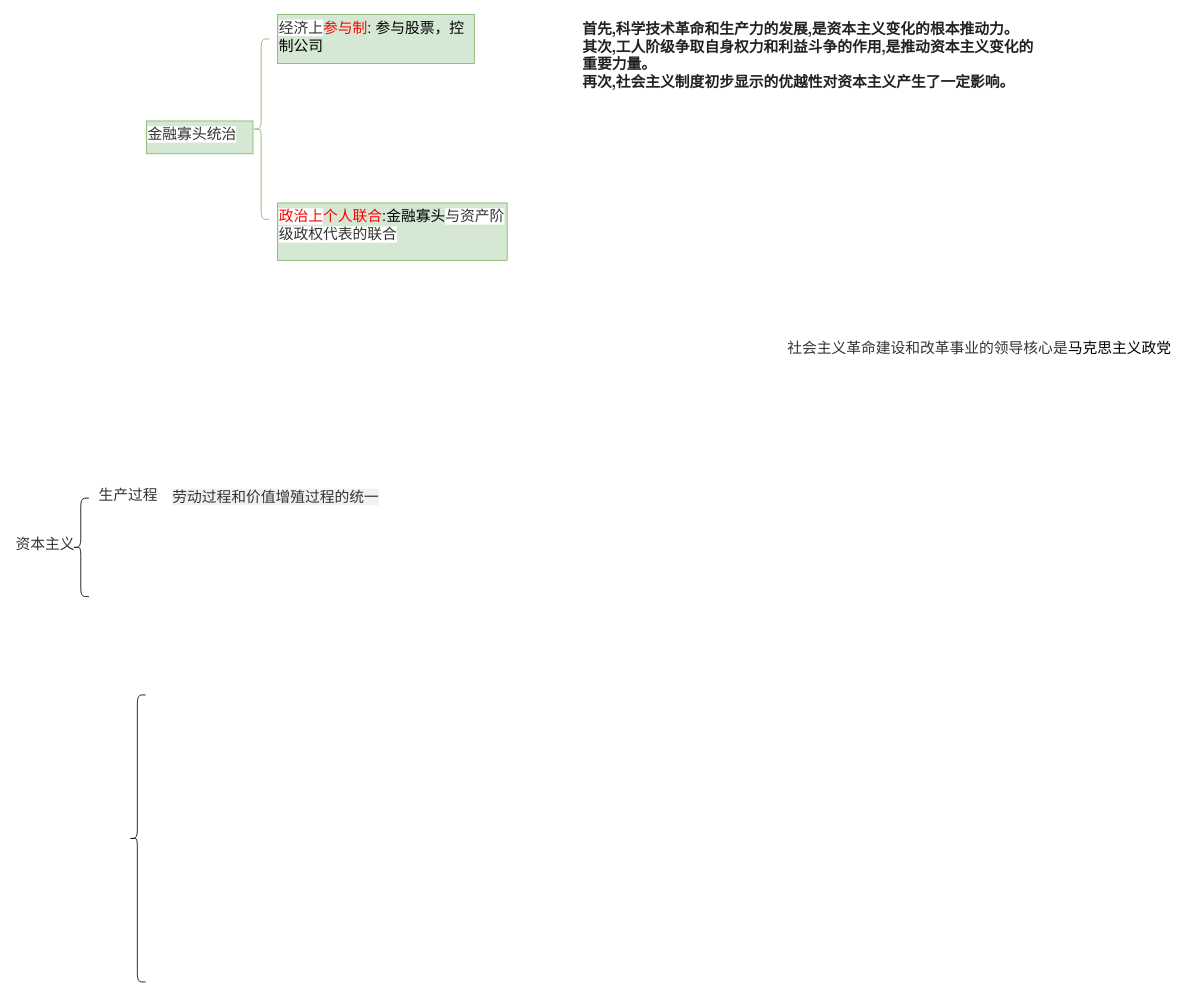
Xiaojiu666/ZSB keeps this draw.io diagram as 未命名绘图.drawio. Above is the earlier version. Source tidied: cells renumbered, new cells numbered last; positions are measured from the earlier drawing's top-left corner, leaving out a move shared by most shapes. Both pictures are drawn from the tidied source at 82%, with x=0, y=0 at pixel (14, 14).
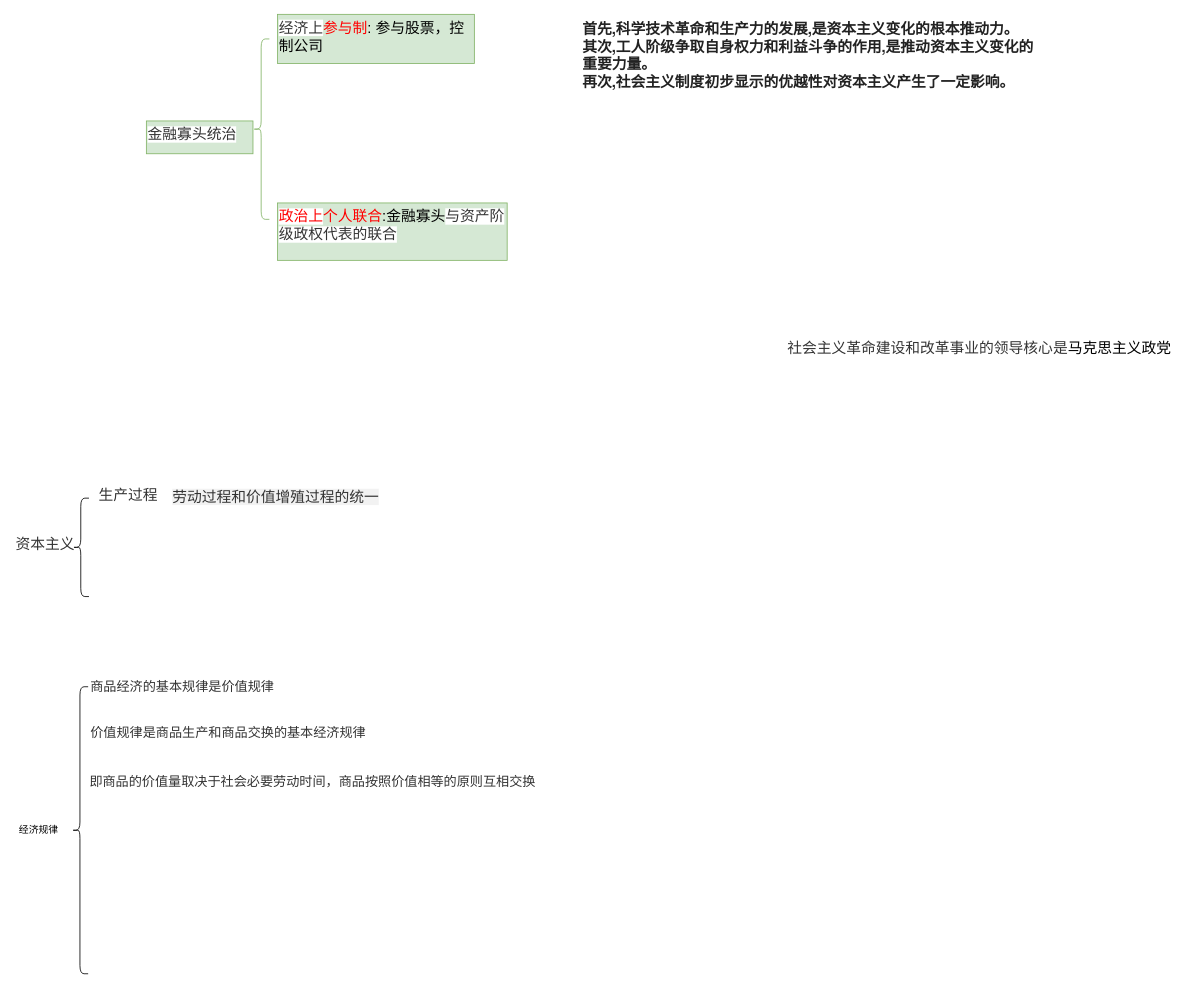
After the change.

Commit message:
马克思主义哲学.drawio

The edit, as a diff of the source:
```diff
@@
 <mxGraphModel>
   <root>
     <mxCell id="0" />
     <mxCell id="1" parent="0" />
     <mxCell id="2" style="shape=curlyBracket;whiteSpace=wrap;html=1;rounded=1;labelPosition=left;verticalLabelPosition=middle;align=right;verticalAlign=middle;fontSize=18;fillColor=#d5e8d4;strokeColor=#82b366;" parent="1" vertex="1">
       <mxGeometry x="291" y="30" width="20" height="220" as="geometry" />
     </mxCell>
     <mxCell id="3" value="&lt;span style=&quot;color: rgb(51, 51, 51); font-family: &amp;quot;Noto Sans SC&amp;quot;; font-size: 18px; font-style: normal; font-variant-ligatures: normal; font-variant-caps: normal; font-weight: 400; letter-spacing: normal; orphans: 2; text-align: left; text-indent: 0px; text-transform: none; widows: 2; word-spacing: 0px; -webkit-text-stroke-width: 0px; background-color: rgb(255, 255, 255); text-decoration-thickness: initial; text-decoration-style: initial; text-decoration-color: initial; float: none; display: inline !important;&quot;&gt;金融寡头统治&lt;/span&gt;" style="text;whiteSpace=wrap;html=1;fontSize=18;fillColor=#d5e8d4;strokeColor=#82b366;" parent="1" vertex="1">
       <mxGeometry x="161" y="130" width="130" height="40" as="geometry" />
     </mxCell>
     <mxCell id="4" value="&lt;font style=&quot;font-size: 18px;&quot;&gt;&lt;span style=&quot;color: rgb(51, 51, 51); font-family: &amp;quot;Noto Sans SC&amp;quot;; font-style: normal; font-variant-ligatures: normal; font-variant-caps: normal; font-weight: 400; letter-spacing: normal; orphans: 2; text-align: left; text-indent: 0px; text-transform: none; widows: 2; word-spacing: 0px; -webkit-text-stroke-width: 0px; background-color: rgb(255, 255, 255); text-decoration-thickness: initial; text-decoration-style: initial; text-decoration-color: initial; float: none; display: inline !important; font-size: 18px;&quot;&gt;经济上&lt;/span&gt;&lt;font color=&quot;#ff0000&quot; style=&quot;font-size: 18px;&quot;&gt;参与制&lt;/font&gt;: 参与股票，控制公司&lt;/font&gt;" style="text;whiteSpace=wrap;html=1;fontSize=18;fillColor=#d5e8d4;strokeColor=#82b366;" parent="1" vertex="1">
       <mxGeometry x="321" width="240" height="60" as="geometry" />
     </mxCell>
     <mxCell id="5" value="&lt;font style=&quot;font-size: 18px;&quot;&gt;&lt;font color=&quot;#ff0000&quot; style=&quot;font-size: 18px;&quot;&gt;&lt;font face=&quot;Noto Sans SC&quot; style=&quot;font-size: 18px;&quot;&gt;&lt;span style=&quot;background-color: rgb(255, 255, 255); font-size: 18px;&quot;&gt;政治上&lt;/span&gt;&lt;/font&gt;个人联合&lt;/font&gt;:&lt;/font&gt;金融寡头&lt;span style=&quot;color: rgb(51, 51, 51); font-family: Arial, sans-serif; font-size: 18px; background-color: rgb(255, 255, 255);&quot;&gt;与资产阶级政权代表的联合&lt;/span&gt;" style="text;whiteSpace=wrap;html=1;fontSize=18;fillColor=#d5e8d4;strokeColor=#82b366;" parent="1" vertex="1">
       <mxGeometry x="321" y="230" width="280" height="70" as="geometry" />
     </mxCell>
     <mxCell id="6" value="&lt;p style=&quot;margin: 0px; padding: 0px; overflow-wrap: break-word; color: rgb(34, 34, 34); font-family: &amp;quot;Helvetica Neue&amp;quot;, Helvetica, Arial, &amp;quot;PingFang SC&amp;quot;, &amp;quot;Hiragino Sans GB&amp;quot;, &amp;quot;Microsoft YaHei&amp;quot;, &amp;quot;WenQuanYi Micro Hei&amp;quot;, sans-serif; font-size: 18px; font-style: normal; font-variant-ligatures: normal; font-variant-caps: normal; font-weight: 700; letter-spacing: normal; orphans: 2; text-align: start; text-indent: 0px; text-transform: none; widows: 2; word-spacing: 0px; -webkit-text-stroke-width: 0px; background-color: rgb(255, 255, 255); text-decoration-thickness: initial; text-decoration-style: initial; text-decoration-color: initial;&quot;&gt;&lt;span style=&quot;margin: 0px; padding: 0px; overflow-wrap: break-word; font-size: 18px;&quot;&gt;首先,科学技术革命和生产力的发展,是资本主义变化的根本推动力。&lt;/span&gt;&lt;/p&gt;&lt;p style=&quot;margin: 0px; padding: 0px; overflow-wrap: break-word; color: rgb(34, 34, 34); font-family: &amp;quot;Helvetica Neue&amp;quot;, Helvetica, Arial, &amp;quot;PingFang SC&amp;quot;, &amp;quot;Hiragino Sans GB&amp;quot;, &amp;quot;Microsoft YaHei&amp;quot;, &amp;quot;WenQuanYi Micro Hei&amp;quot;, sans-serif; font-size: 18px; font-style: normal; font-variant-ligatures: normal; font-variant-caps: normal; font-weight: 700; letter-spacing: normal; orphans: 2; text-align: start; text-indent: 0px; text-transform: none; widows: 2; word-spacing: 0px; -webkit-text-stroke-width: 0px; background-color: rgb(255, 255, 255); text-decoration-thickness: initial; text-decoration-style: initial; text-decoration-color: initial;&quot;&gt;&lt;span style=&quot;margin: 0px; padding: 0px; overflow-wrap: break-word; font-size: 18px;&quot;&gt;其次,工人阶级争取自身权力和利益斗争的作用,是推动资本主义变化的重要力量。&lt;/span&gt;&lt;/p&gt;&lt;p style=&quot;margin: 0px; padding: 0px; overflow-wrap: break-word; color: rgb(34, 34, 34); font-family: &amp;quot;Helvetica Neue&amp;quot;, Helvetica, Arial, &amp;quot;PingFang SC&amp;quot;, &amp;quot;Hiragino Sans GB&amp;quot;, &amp;quot;Microsoft YaHei&amp;quot;, &amp;quot;WenQuanYi Micro Hei&amp;quot;, sans-serif; font-size: 18px; font-style: normal; font-variant-ligatures: normal; font-variant-caps: normal; font-weight: 700; letter-spacing: normal; orphans: 2; text-align: start; text-indent: 0px; text-transform: none; widows: 2; word-spacing: 0px; -webkit-text-stroke-width: 0px; background-color: rgb(255, 255, 255); text-decoration-thickness: initial; text-decoration-style: initial; text-decoration-color: initial;&quot;&gt;&lt;span style=&quot;margin: 0px; padding: 0px; overflow-wrap: break-word; font-size: 18px;&quot;&gt;再次,社会主义制度初步显示的优越性对资本主义产生了一定影响。&lt;/span&gt;&lt;/p&gt;" style="text;whiteSpace=wrap;html=1;fontSize=18;" parent="1" vertex="1">
       <mxGeometry x="691" width="560" height="150" as="geometry" />
     </mxCell>
     <mxCell id="7" value="&lt;span style=&quot;color: rgb(51, 51, 51); font-family: &amp;quot;Noto Sans SC&amp;quot;; font-size: 18px; font-style: normal; font-variant-ligatures: normal; font-variant-caps: normal; font-weight: 400; letter-spacing: normal; orphans: 2; text-align: left; text-indent: 0px; text-transform: none; widows: 2; word-spacing: 0px; -webkit-text-stroke-width: 0px; background-color: rgb(255, 255, 255); text-decoration-thickness: initial; text-decoration-style: initial; text-decoration-color: initial; float: none; display: inline !important;&quot;&gt;社会主义革命建设和改革事业的领导核心是&lt;/span&gt;马克思主义政党" style="text;whiteSpace=wrap;html=1;fontSize=18;" parent="1" vertex="1">
       <mxGeometry x="941" y="390" width="470" height="40" as="geometry" />
     </mxCell>
     <mxCell id="8" value="&lt;span style=&quot;color: rgb(51, 51, 51); font-family: &amp;quot;Noto Sans SC&amp;quot;; font-size: 18px; font-style: normal; font-variant-ligatures: normal; font-variant-caps: normal; font-weight: 400; letter-spacing: normal; orphans: 2; text-align: left; text-indent: 0px; text-transform: none; widows: 2; word-spacing: 0px; -webkit-text-stroke-width: 0px; background-color: rgb(255, 255, 255); text-decoration-thickness: initial; text-decoration-style: initial; text-decoration-color: initial; float: none; display: inline !important;&quot;&gt;资本主义&lt;/span&gt;" style="text;whiteSpace=wrap;html=1;fontSize=18;" parent="1" vertex="1">
       <mxGeometry y="630" width="160" height="40" as="geometry" />
     </mxCell>
     <mxCell id="9" style="shape=curlyBracket;whiteSpace=wrap;html=1;rounded=1;labelPosition=left;verticalLabelPosition=middle;align=right;verticalAlign=middle;fontSize=18;" parent="1" vertex="1">
       <mxGeometry x="71" y="590" width="20" height="120" as="geometry" />
     </mxCell>
     <mxCell id="10" value="&lt;span style=&quot;color: rgb(51, 51, 51); font-family: &amp;quot;Noto Sans SC&amp;quot;; font-size: 18px; font-style: normal; font-variant-ligatures: normal; font-variant-caps: normal; font-weight: 400; letter-spacing: normal; orphans: 2; text-align: left; text-indent: 0px; text-transform: none; widows: 2; word-spacing: 0px; -webkit-text-stroke-width: 0px; background-color: rgb(255, 255, 255); text-decoration-thickness: initial; text-decoration-style: initial; text-decoration-color: initial; float: none; display: inline !important;&quot;&gt;生产过程&lt;/span&gt;" style="text;whiteSpace=wrap;html=1;fontSize=18;" parent="1" vertex="1">
       <mxGeometry x="101" y="570" width="100" height="40" as="geometry" />
     </mxCell>
     <mxCell id="11" value="&lt;br class=&quot;Apple-interchange-newline&quot; style=&quot;font-size: 18px;&quot;&gt;&lt;span style=&quot;color: rgb(51, 51, 51); font-family: &amp;quot;Noto Sans SC&amp;quot;; font-size: 18px; font-style: normal; font-variant-ligatures: normal; font-variant-caps: normal; font-weight: 400; letter-spacing: normal; orphans: 2; text-align: left; text-indent: 0px; text-transform: none; widows: 2; word-spacing: 0px; -webkit-text-stroke-width: 0px; background-color: rgba(0, 0, 0, 0.05); text-decoration-thickness: initial; text-decoration-style: initial; text-decoration-color: initial; float: none; display: inline !important;&quot;&gt;劳动过程和价值增殖过程的统一&lt;/span&gt;" style="text;whiteSpace=wrap;html=1;fontSize=18;" parent="1" vertex="1">
       <mxGeometry x="191" y="550" width="260" height="60" as="geometry" />
     </mxCell>
     <mxCell id="12" style="shape=curlyBracket;whiteSpace=wrap;html=1;rounded=1;labelPosition=left;verticalLabelPosition=middle;align=right;verticalAlign=middle;fontSize=18;" parent="1" vertex="1">
-      <mxGeometry x="140" y="830" width="20" height="350" as="geometry" />
+      <mxGeometry x="70" y="820" width="20" height="350" as="geometry" />
     </mxCell>
+    <mxCell id="13" value="经济规律" style="text;html=1;strokeColor=none;fillColor=none;align=center;verticalAlign=middle;whiteSpace=wrap;rounded=0;" parent="1" vertex="1">
+      <mxGeometry y="980" width="60" height="30" as="geometry" />
+    </mxCell>
+    <mxCell id="14" value="&#10;&lt;span style=&quot;color: rgb(51, 51, 51); font-family: &amp;quot;Noto Sans SC&amp;quot;; font-size: 16px; font-style: normal; font-variant-ligatures: normal; font-variant-caps: normal; font-weight: 400; letter-spacing: normal; orphans: 2; text-align: left; text-indent: 0px; text-transform: none; widows: 2; word-spacing: 0px; -webkit-text-stroke-width: 0px; background-color: rgb(255, 255, 255); text-decoration-thickness: initial; text-decoration-style: initial; text-decoration-color: initial; float: none; display: inline !important;&quot;&gt;商品经济的基本规律是价值规律&lt;/span&gt;&#10;&#10;" style="text;whiteSpace=wrap;html=1;" parent="1" vertex="1">
+      <mxGeometry x="91" y="790" width="240" height="60" as="geometry" />
+    </mxCell>
+    <mxCell id="15" value="&lt;span style=&quot;color: rgb(51, 51, 51); font-family: &amp;quot;Noto Sans SC&amp;quot;; font-size: 16px; font-style: normal; font-variant-ligatures: normal; font-variant-caps: normal; font-weight: 400; letter-spacing: normal; orphans: 2; text-align: left; text-indent: 0px; text-transform: none; widows: 2; word-spacing: 0px; -webkit-text-stroke-width: 0px; background-color: rgb(255, 255, 255); text-decoration-thickness: initial; text-decoration-style: initial; text-decoration-color: initial; float: none; display: inline !important;&quot;&gt;价值规律是商品生产和商品交换的基本经济规律&lt;/span&gt;" style="text;whiteSpace=wrap;html=1;" parent="1" vertex="1">
+      <mxGeometry x="91" y="860" width="370" height="40" as="geometry" />
+    </mxCell>
+    <mxCell id="16" value="&lt;span style=&quot;color: rgb(51, 51, 51); font-family: &amp;quot;Noto Sans SC&amp;quot;; font-size: 16px; font-style: normal; font-variant-ligatures: normal; font-variant-caps: normal; font-weight: 400; letter-spacing: normal; orphans: 2; text-align: left; text-indent: 0px; text-transform: none; widows: 2; word-spacing: 0px; -webkit-text-stroke-width: 0px; background-color: rgb(255, 255, 255); text-decoration-thickness: initial; text-decoration-style: initial; text-decoration-color: initial; float: none; display: inline !important;&quot;&gt;即商品的价值量取决于社会必要劳动时间，商品按照价值相等的原则互相交换&lt;/span&gt;" style="text;whiteSpace=wrap;html=1;" parent="1" vertex="1">
+      <mxGeometry x="90" y="920" width="560" height="60" as="geometry" />
+    </mxCell>
   </root>
 </mxGraphModel>
```
